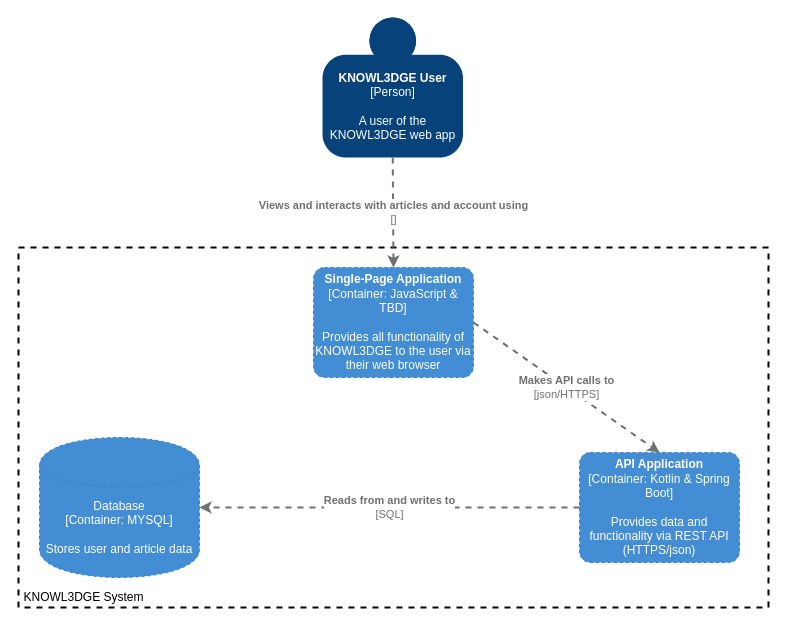
Earlier version of the draw.io diagram documentation/diagrams/knowl3dge-containers.drawio (MPFGlaser/knowl3dge). Source tidied: cells renumbered, new cells numbered last; positions are measured from the earlier drawing's top-left corner, leaving out a move shared by most shapes. Both pictures are drawn from the tidied source at 100%, with x=0, y=0 at pixel (18, 17).
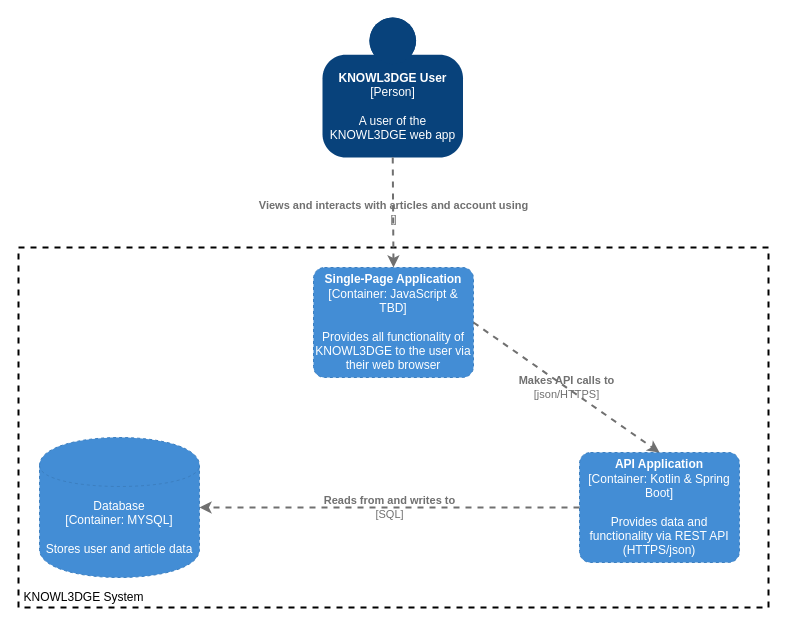
Above is the later version.

What changed in the source:
```diff
@@
 <mxGraphModel>
   <root>
     <mxCell id="0" />
     <mxCell id="1" parent="0" />
     <mxCell id="2" style="rounded=0;whiteSpace=wrap;html=1;dashed=1;fillColor=none;strokeWidth=2;glass=0;sketch=0;shadow=0;" parent="1" vertex="1">
       <mxGeometry y="230" width="750" height="360" as="geometry" />
     </mxCell>
     <object id="3" label="&lt;b&gt;%c4Name%&lt;/b&gt;&lt;div&gt;[%c4Type%]&lt;/div&gt;&lt;br&gt;&lt;div&gt;%c4Description%&lt;/div&gt;" c4Description="A user of the&#10;KNOWL3DGE web app" c4Name="KNOWL3DGE User" c4Type="Person" placeholders="1">
       <mxCell style="html=1;dashed=0;whitespace=wrap;fillColor=#08427b;strokeColor=none;fontColor=#ffffff;shape=mxgraph.c4.person;align=center;points=[[0.5,0,0],[1,0.5,0],[1,0.75,0],[0.75,1,0],[0.5,1,0],[0.25,1,0],[0,0.75,0],[0,0.5,0]];metaData={&quot;c4Type&quot;:{&quot;editable&quot;:false}};rounded=0;shadow=0;glass=0;sketch=0;" parent="1" vertex="1">
         <mxGeometry x="304" width="140.5" height="140" as="geometry" />
       </mxCell>
     </object>
     <object id="4" label="&lt;b&gt;%c4Name%&lt;/b&gt;&lt;div&gt;[%c4Type%: %c4Technology%]&lt;/div&gt;&lt;br&gt;&lt;div&gt;%c4Description%&lt;/div&gt;" c4Description="Provides data and functionality via REST API (HTTPS/json)" c4Name="API Application" c4Technology="Kotlin &amp; Spring Boot" c4Type="Container" placeholders="1">
       <mxCell style="rounded=1;whiteSpace=wrap;html=1;labelBackgroundColor=none;fillColor=#438DD5;fontColor=#ffffff;align=center;arcSize=10;strokeColor=#3C7FC0;metaData={&quot;c4Type&quot;:{&quot;editable&quot;:false}};points=[[0.25,0,0],[0.5,0,0],[0.75,0,0],[1,0.25,0],[1,0.5,0],[1,0.75,0],[0.75,1,0],[0.5,1,0],[0.25,1,0],[0,0.75,0],[0,0.5,0],[0,0.25,0]];shadow=0;glass=0;dashed=1;sketch=0;" parent="1" vertex="1">
         <mxGeometry x="561" y="435" width="160" height="110" as="geometry" />
       </mxCell>
     </object>
     <object id="5" label="%c4Type%&lt;div&gt;[Container:&amp;nbsp;%c4Technology%]&lt;/div&gt;&lt;br&gt;&lt;div&gt;%c4Description%&lt;/div&gt;" c4Description="Stores user and article data" c4Technology="MYSQL" c4Type="Database" placeholders="1">
       <mxCell style="shape=cylinder;whiteSpace=wrap;html=1;boundedLbl=1;rounded=0;labelBackgroundColor=none;fillColor=#438DD5;fontSize=12;fontColor=#ffffff;align=center;strokeColor=#3C7FC0;points=[[0.5,0,0],[1,0.25,0],[1,0.5,0],[1,0.75,0],[0.5,1,0],[0,0.75,0],[0,0.5,0],[0,0.25,0]];metaData={&quot;c4Type&quot;:{&quot;editable&quot;:false}};shadow=0;glass=0;dashed=1;sketch=0;" parent="1" vertex="1">
         <mxGeometry x="21" y="420" width="160" height="140" as="geometry" />
       </mxCell>
     </object>
     <object id="6" label="&lt;b&gt;%c4Name%&lt;/b&gt;&lt;div&gt;[%c4Type%: %c4Technology%]&lt;/div&gt;&lt;br&gt;&lt;div&gt;%c4Description%&lt;/div&gt;" c4Description="Provides all functionality of KNOWL3DGE to the user via their web browser" c4Name="Single-Page Application" c4Technology="JavaScript &amp; TBD" c4Type="Container" placeholders="1">
       <mxCell style="rounded=1;whiteSpace=wrap;html=1;labelBackgroundColor=none;fillColor=#438DD5;fontColor=#ffffff;align=center;arcSize=10;strokeColor=#3C7FC0;metaData={&quot;c4Type&quot;:{&quot;editable&quot;:false}};points=[[0.25,0,0],[0.5,0,0],[0.75,0,0],[1,0.25,0],[1,0.5,0],[1,0.75,0],[0.75,1,0],[0.5,1,0],[0.25,1,0],[0,0.75,0],[0,0.5,0],[0,0.25,0]];shadow=0;glass=0;dashed=1;sketch=0;" parent="1" vertex="1">
         <mxGeometry x="295" y="250" width="160" height="110" as="geometry" />
       </mxCell>
     </object>
     <object id="7" label="&lt;div style=&quot;text-align: left&quot;&gt;&lt;div style=&quot;text-align: center&quot;&gt;&lt;b&gt;%c4Description%&lt;/b&gt;&lt;/div&gt;&lt;div style=&quot;text-align: center&quot;&gt;[%c4Technology%]&lt;/div&gt;&lt;/div&gt;" c4Description="Reads from and writes to" c4Technology="SQL" placeholders="1">
-      <mxCell style="edgeStyle=none;rounded=0;html=1;entryX=1;entryY=0.5;jettySize=auto;strokeColor=#707070;strokeWidth=2;fontColor=#707070;jumpStyle=none;dashed=1;metaData={&quot;c4Type&quot;:{&quot;editable&quot;:false}};exitX=0;exitY=0.5;exitDx=0;exitDy=0;exitPerimeter=0;entryDx=0;entryDy=0;entryPerimeter=0;" parent="1" edge="1" source="4" target="5">
+      <mxCell style="edgeStyle=none;rounded=0;html=1;entryX=1;entryY=0.5;jettySize=auto;strokeColor=#707070;strokeWidth=2;fontColor=#707070;jumpStyle=none;dashed=1;metaData={&quot;c4Type&quot;:{&quot;editable&quot;:false}};exitX=0;exitY=0.5;exitDx=0;exitDy=0;exitPerimeter=0;entryDx=0;entryDy=0;entryPerimeter=0;labelBackgroundColor=none;" parent="1" edge="1" source="4" target="5">
         <mxGeometry relative="1" as="geometry" />
       </mxCell>
     </object>
     <object id="8" label="&lt;div style=&quot;text-align: left&quot;&gt;&lt;div style=&quot;text-align: center&quot;&gt;&lt;b&gt;%c4Description%&lt;/b&gt;&lt;/div&gt;&lt;div style=&quot;text-align: center&quot;&gt;[%c4Technology%]&lt;/div&gt;&lt;/div&gt;" c4Description="Makes API calls to" c4Technology="json/HTTPS" placeholders="1">
-      <mxCell style="edgeStyle=none;rounded=0;html=1;entryX=0.5;entryY=0;jettySize=auto;strokeColor=#707070;strokeWidth=2;fontColor=#707070;jumpStyle=none;dashed=1;metaData={&quot;c4Type&quot;:{&quot;editable&quot;:false}};exitX=1;exitY=0.5;exitDx=0;exitDy=0;exitPerimeter=0;entryDx=0;entryDy=0;entryPerimeter=0;" parent="1" edge="1" source="6" target="4">
+      <mxCell style="edgeStyle=none;rounded=0;html=1;entryX=0.5;entryY=0;jettySize=auto;strokeColor=#707070;strokeWidth=2;fontColor=#707070;jumpStyle=none;dashed=1;metaData={&quot;c4Type&quot;:{&quot;editable&quot;:false}};exitX=1;exitY=0.5;exitDx=0;exitDy=0;exitPerimeter=0;entryDx=0;entryDy=0;entryPerimeter=0;labelBackgroundColor=none;" parent="1" edge="1" source="6" target="4">
         <mxGeometry relative="1" as="geometry" />
       </mxCell>
     </object>
     <object id="9" label="&lt;div style=&quot;text-align: left&quot;&gt;&lt;div style=&quot;text-align: center&quot;&gt;&lt;b&gt;%c4Description%&lt;/b&gt;&lt;/div&gt;&lt;div style=&quot;text-align: center&quot;&gt;[%c4Technology%]&lt;/div&gt;&lt;/div&gt;" c4Description="Views and interacts with articles and account using" c4Technology="" placeholders="1">
-      <mxCell style="edgeStyle=none;rounded=0;html=1;entryX=0.5;entryY=0;jettySize=auto;strokeColor=#707070;strokeWidth=2;fontColor=#707070;jumpStyle=none;dashed=1;metaData={&quot;c4Type&quot;:{&quot;editable&quot;:false}};exitX=0.5;exitY=1;exitDx=0;exitDy=0;exitPerimeter=0;entryDx=0;entryDy=0;entryPerimeter=0;" parent="1" edge="1" source="3" target="6">
+      <mxCell style="edgeStyle=none;rounded=0;html=1;entryX=0.5;entryY=0;jettySize=auto;strokeColor=#707070;strokeWidth=2;fontColor=#707070;jumpStyle=none;dashed=1;metaData={&quot;c4Type&quot;:{&quot;editable&quot;:false}};exitX=0.5;exitY=1;exitDx=0;exitDy=0;exitPerimeter=0;entryDx=0;entryDy=0;entryPerimeter=0;labelBackgroundColor=none;" parent="1" edge="1" source="3" target="6">
         <mxGeometry relative="1" as="geometry" />
       </mxCell>
     </object>
     <mxCell id="10" value="KNOWL3DGE System" style="text;html=1;strokeColor=none;fillColor=none;align=center;verticalAlign=middle;whiteSpace=wrap;rounded=0;shadow=0;glass=0;dashed=1;sketch=0;" parent="1" vertex="1">
       <mxGeometry y="570" width="131" height="20" as="geometry" />
     </mxCell>
   </root>
 </mxGraphModel>
```
